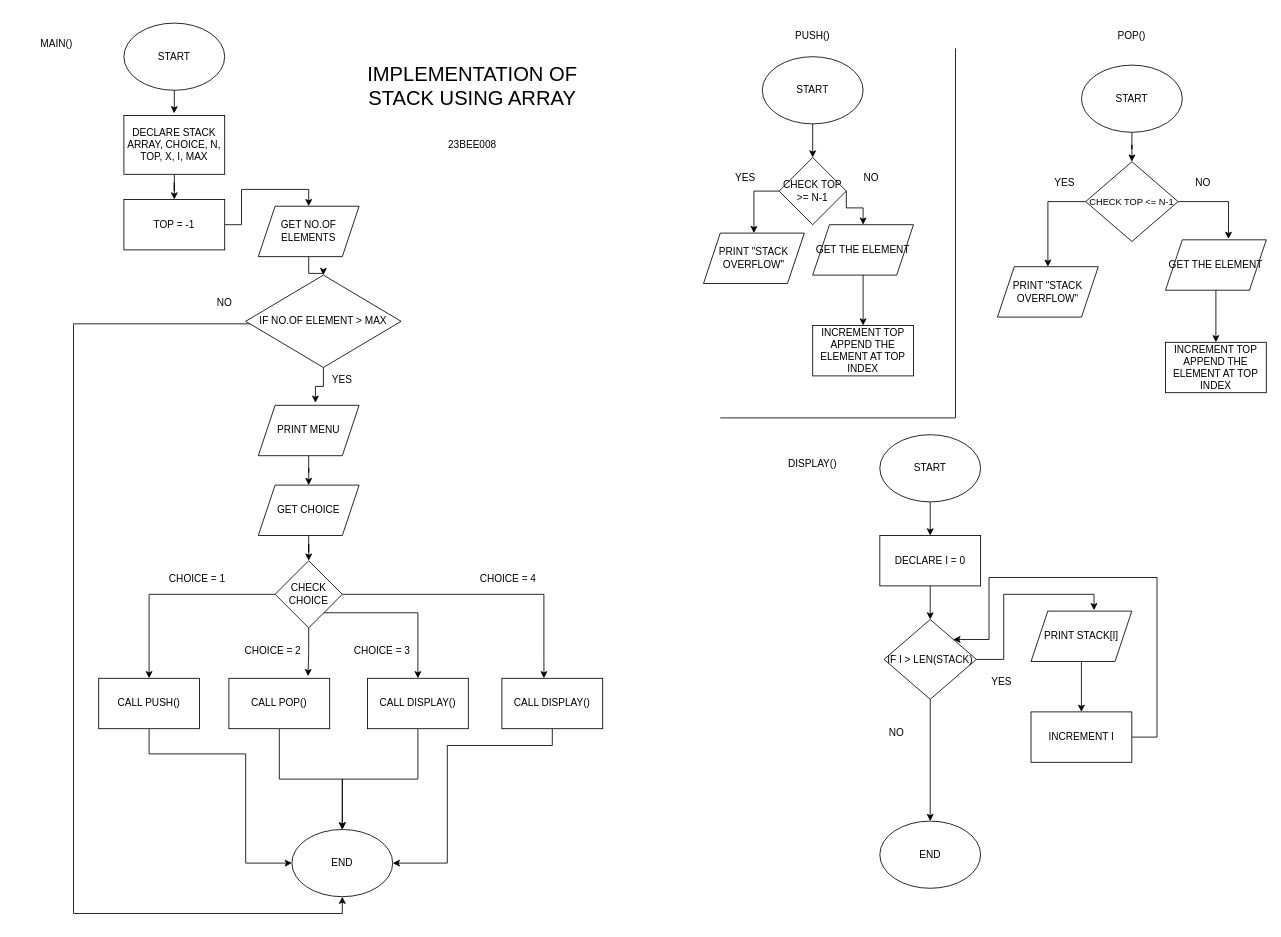
Earlier version of the draw.io diagram 001.drawio (ahamril2265/DSA-LABS). Source tidied: cells renumbered, new cells numbered last; positions are measured from the earlier drawing's top-left corner, leaving out a move shared by most shapes. Both pictures are drawn from the tidied source at 84%, with x=0, y=0 at pixel (31, 23).
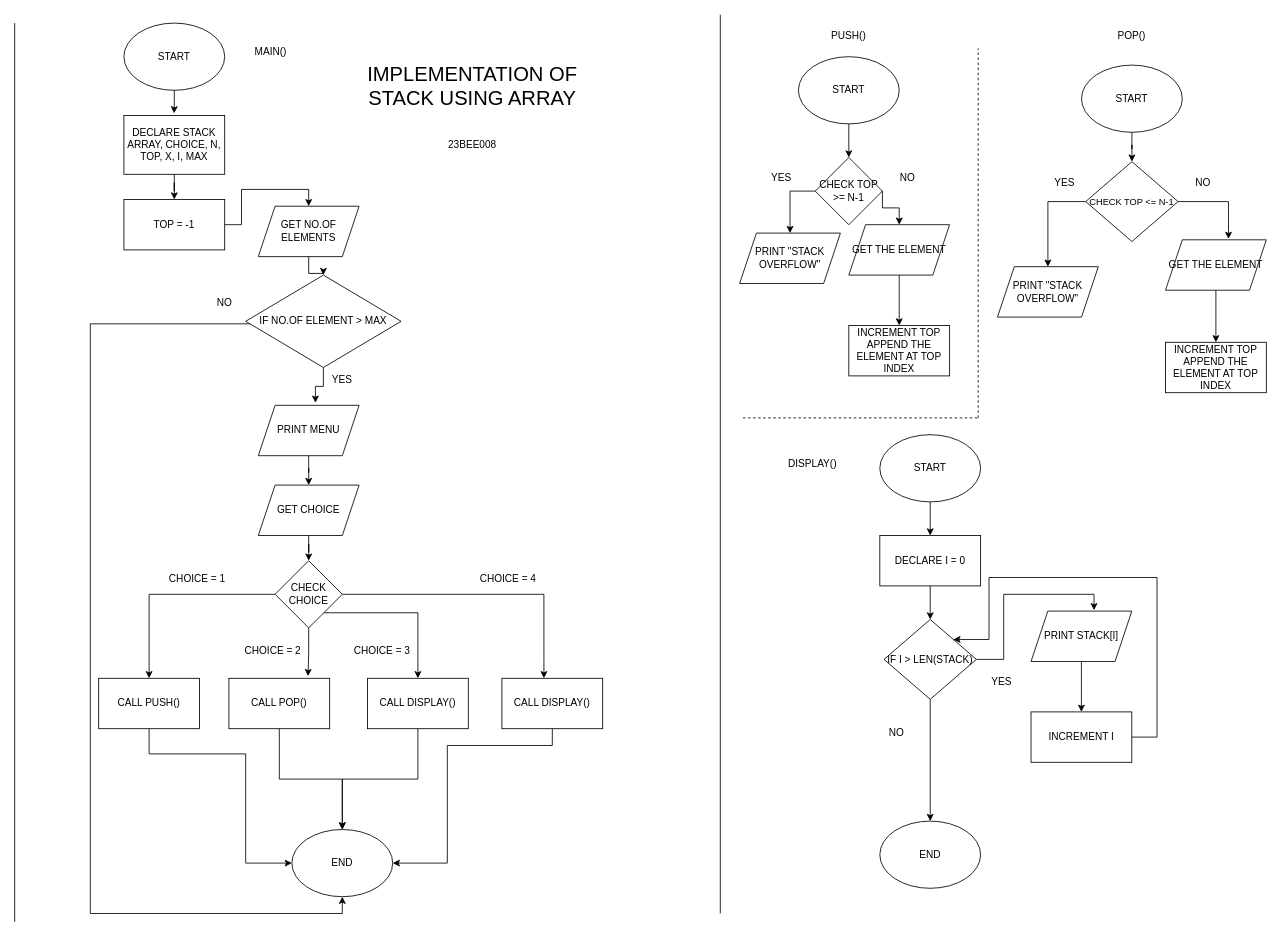
After the change.

The change refers to these unchanged cells:
```xml
<mxCell id="33" value="END" style="ellipse;whiteSpace=wrap;html=1;" parent="1" vertex="1">
  <mxGeometry x="310" y="960" width="120" height="80" as="geometry" />
</mxCell>
<mxCell id="36" value="IF NO.OF ELEMENT &amp;gt; MAX" style="rhombus;whiteSpace=wrap;html=1;" parent="1" vertex="1">
  <mxGeometry x="255" y="300" width="185" height="110" as="geometry" />
</mxCell>
```

Diff of the diagram source:
```diff
@@
     <mxCell id="26" value="START" style="ellipse;whiteSpace=wrap;html=1;" parent="1" vertex="1">
-      <mxGeometry x="870" y="40" width="120" height="80" as="geometry" />
+      <mxGeometry x="913" y="40" width="120" height="80" as="geometry" />
     </mxCell>
@@
     <mxCell id="28" value="CHECK TOP &amp;gt;= N-1" style="rhombus;whiteSpace=wrap;html=1;" parent="1" vertex="1">
-      <mxGeometry x="890" y="160" width="80" height="80" as="geometry" />
+      <mxGeometry x="933" y="160" width="80" height="80" as="geometry" />
     </mxCell>
     <mxCell id="29" value="PRINT &quot;STACK OVERFLOW&quot;" style="shape=parallelogram;perimeter=parallelogramPerimeter;whiteSpace=wrap;html=1;fixedSize=1;" parent="1" vertex="1">
-      <mxGeometry x="800" y="250" width="120" height="60" as="geometry" />
+      <mxGeometry x="843" y="250" width="120" height="60" as="geometry" />
     </mxCell>
@@
     <mxCell id="31" value="GET THE ELEMENT" style="shape=parallelogram;perimeter=parallelogramPerimeter;whiteSpace=wrap;html=1;fixedSize=1;" parent="1" vertex="1">
-      <mxGeometry x="930" y="240" width="120" height="60" as="geometry" />
+      <mxGeometry x="973" y="240" width="120" height="60" as="geometry" />
     </mxCell>
     <mxCell id="32" value="INCREMENT TOP&lt;div&gt;APPEND THE ELEMENT AT TOP INDEX&lt;/div&gt;" style="rounded=0;whiteSpace=wrap;html=1;" parent="1" vertex="1">
-      <mxGeometry x="930" y="360" width="120" height="60" as="geometry" />
+      <mxGeometry x="973" y="360" width="120" height="60" as="geometry" />
     </mxCell>
@@
     <mxCell id="35" style="edgeStyle=orthogonalEdgeStyle;rounded=0;jettySize=auto;html=1;entryX=0.5;entryY=1;entryDx=0;entryDy=0;" parent="1" edge="1" source="36" target="33">
       <mxGeometry relative="1" as="geometry">
         <Array as="points">
-          <mxPoint x="50" y="358" />
-          <mxPoint x="50" y="1060" />
+          <mxPoint x="70" y="358" />
+          <mxPoint x="70" y="1060" />
           <mxPoint x="370" y="1060" />
         </Array>
       </mxGeometry>
     </mxCell>
@@
     <mxCell id="39" value="PUSH()" style="text;html=1;whiteSpace=wrap;strokeColor=none;fillColor=none;align=center;verticalAlign=middle;rounded=0;" parent="1" vertex="1">
-      <mxGeometry x="900" width="60" height="30" as="geometry" />
+      <mxGeometry x="943" width="60" height="30" as="geometry" />
     </mxCell>
     <mxCell id="40" value="MAIN()" style="text;html=1;whiteSpace=wrap;strokeColor=none;fillColor=none;align=center;verticalAlign=middle;rounded=0;" parent="1" vertex="1">
-      <mxGeometry y="10" width="60" height="30" as="geometry" />
+      <mxGeometry x="255" y="20" width="60" height="30" as="geometry" />
     </mxCell>
@@
     <mxCell id="68" value="YES" style="text;html=1;whiteSpace=wrap;strokeColor=none;fillColor=none;align=center;verticalAlign=middle;rounded=0;" parent="1" vertex="1">
-      <mxGeometry x="820" y="170" width="60" height="30" as="geometry" />
+      <mxGeometry x="863" y="170" width="60" height="30" as="geometry" />
     </mxCell>
@@
     <mxCell id="70" value="NO" style="text;html=1;whiteSpace=wrap;strokeColor=none;fillColor=none;align=center;verticalAlign=middle;rounded=0;" parent="1" vertex="1">
-      <mxGeometry x="970" y="170" width="60" height="30" as="geometry" />
+      <mxGeometry x="1013" y="170" width="60" height="30" as="geometry" />
     </mxCell>
@@
-    <mxCell id="78" style="endArrow=none;html=1;rounded=0;" parent="1" edge="1">
+    <mxCell id="78" style="endArrow=none;html=1;rounded=0;dashed=1;" parent="1" edge="1">
       <mxGeometry relative="1" as="geometry">
-        <mxPoint x="1100" y="470" as="sourcePoint" />
-        <mxPoint x="1100" y="30" as="targetPoint" />
+        <mxPoint x="1127" y="470" as="sourcePoint" />
+        <mxPoint x="1127" y="30" as="targetPoint" />
       </mxGeometry>
     </mxCell>
-    <mxCell id="79" style="endArrow=none;html=1;rounded=0;" parent="1" edge="1">
+    <mxCell id="79" style="endArrow=none;html=1;rounded=0;dashed=1;" parent="1" edge="1">
       <mxGeometry relative="1" as="geometry">
-        <mxPoint x="820" y="470" as="sourcePoint" />
-        <mxPoint x="1100" y="470" as="targetPoint" />
+        <mxPoint x="847" y="470" as="sourcePoint" />
+        <mxPoint x="1127" y="470" as="targetPoint" />
       </mxGeometry>
     </mxCell>
@@
+    <mxCell id="81" style="endArrow=none;html=1;rounded=0;" parent="1" edge="1">
+      <mxGeometry relative="1" as="geometry">
+        <mxPoint x="-20" y="1070" as="sourcePoint" />
+        <mxPoint x="-20" as="targetPoint" />
+      </mxGeometry>
+    </mxCell>
+    <mxCell id="82" style="endArrow=none;html=1;rounded=0;" parent="1" edge="1">
+      <mxGeometry relative="1" as="geometry">
+        <mxPoint x="820" y="1060" as="sourcePoint" />
+        <mxPoint x="820" y="-10" as="targetPoint" />
+      </mxGeometry>
+    </mxCell>
```
